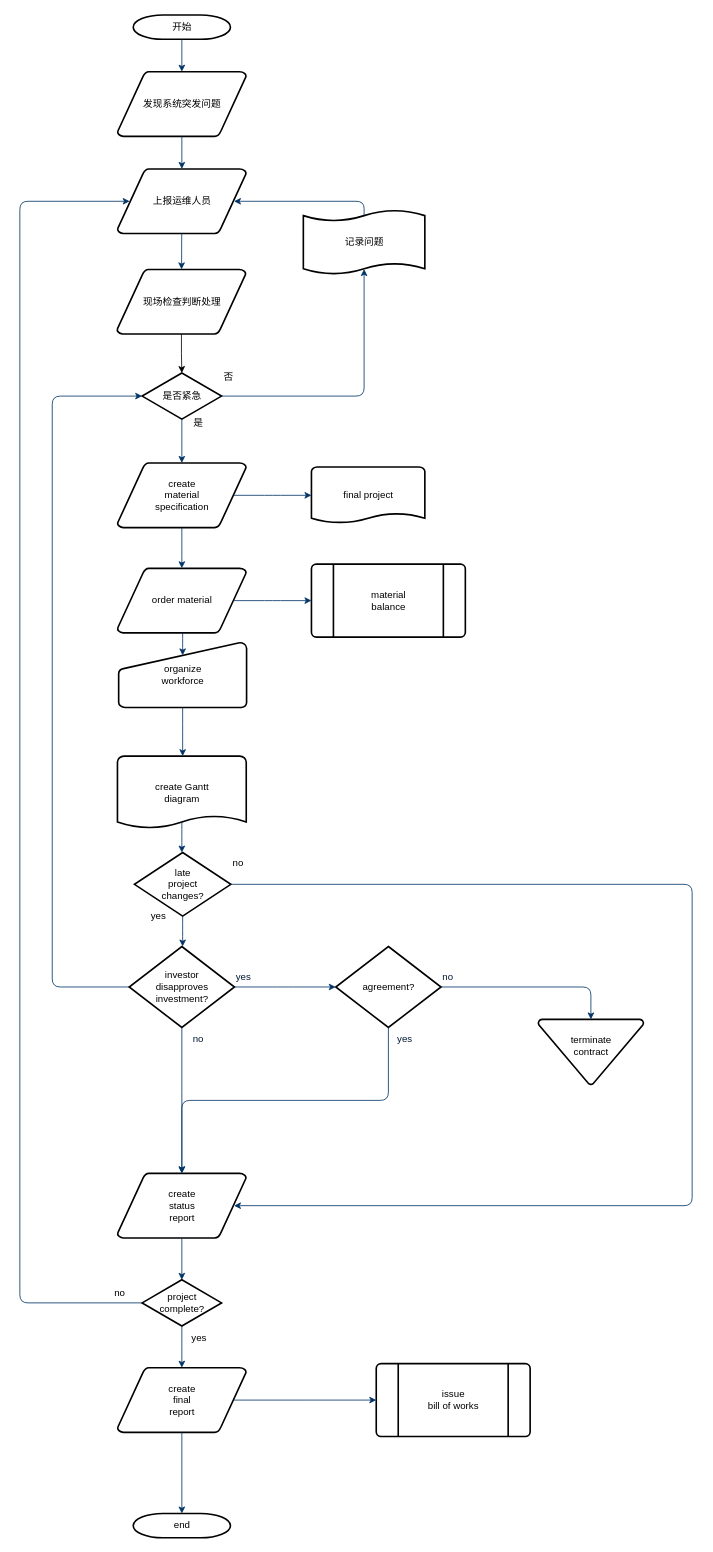
Before: 系统恢复方案-应急响应流程.drawio in DeanTuYu/DrawIo, a draw.io diagram. Source tidied: cells renumbered, new cells numbered last; positions are measured from the earlier drawing's top-left corner, leaving out a move shared by most shapes. Both pictures are drawn from the tidied source at 81%, with x=0, y=0 at pixel (19, 15).
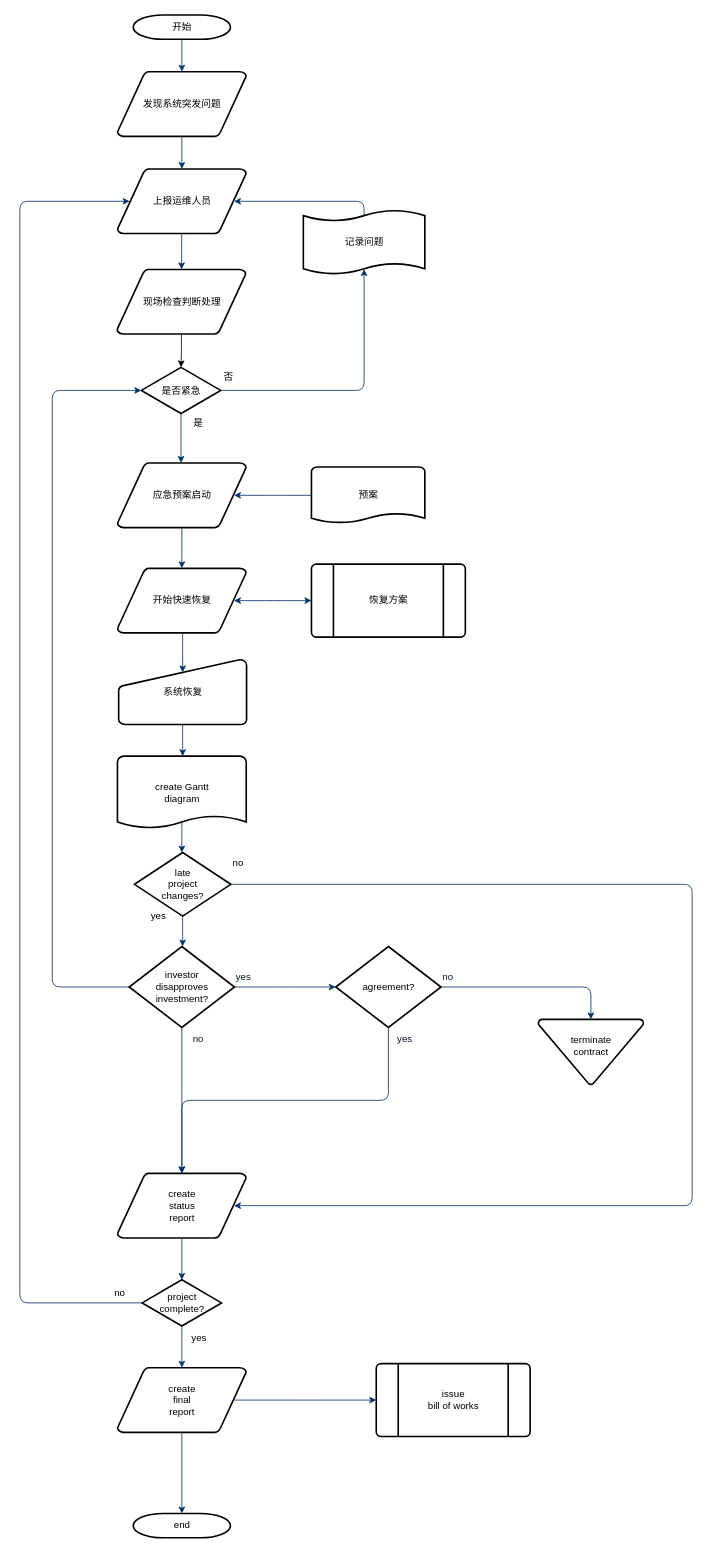
The same diagram, later.

Commit message (it also covers changes not shown here):
Update 系统恢复方案-应急响应流程.drawio

Diff of the diagram source:
```diff
@@
-    <mxCell id="4" value="create&#10;material&#10;specification" style="shape=mxgraph.flowchart.data;strokeWidth=2;gradientColor=none;gradientDirection=north;fontStyle=0;html=1;" parent="1" vertex="1">
+    <mxCell id="4" value="应急预案启动" style="shape=mxgraph.flowchart.data;strokeWidth=2;gradientColor=none;gradientDirection=north;fontStyle=0;html=1;" parent="1" vertex="1">
       <mxGeometry x="120.5" y="553" width="159" height="80" as="geometry" />
     </mxCell>
@@
     <mxCell id="6" value="是否紧急" style="shape=mxgraph.flowchart.decision;strokeWidth=2;gradientColor=none;gradientDirection=north;fontStyle=0;html=1;" parent="1" vertex="1">
-      <mxGeometry x="151" y="442" width="98" height="57" as="geometry" />
+      <mxGeometry x="150" y="435" width="98" height="57" as="geometry" />
     </mxCell>
@@
-    <mxCell id="13" value="order material" style="shape=mxgraph.flowchart.data;strokeWidth=2;gradientColor=none;gradientDirection=north;fontStyle=0;html=1;" parent="1" vertex="1">
+    <mxCell id="13" value="开始快速恢复" style="shape=mxgraph.flowchart.data;strokeWidth=2;gradientColor=none;gradientDirection=north;fontStyle=0;html=1;" parent="1" vertex="1">
       <mxGeometry x="120.5" y="683" width="159" height="80" as="geometry" />
     </mxCell>
@@
-    <mxCell id="15" value="final project" style="shape=mxgraph.flowchart.document;strokeWidth=2;gradientColor=none;gradientDirection=north;fontStyle=0;html=1;" parent="1" vertex="1">
+    <mxCell id="15" value="预案" style="shape=mxgraph.flowchart.document;strokeWidth=2;gradientColor=none;gradientDirection=north;fontStyle=0;html=1;" parent="1" vertex="1">
       <mxGeometry x="360" y="558" width="140" height="70" as="geometry" />
     </mxCell>
-    <mxCell id="16" style="edgeStyle=elbowEdgeStyle;elbow=horizontal;exitX=0.905;exitY=0.5;exitPerimeter=0;fontStyle=1;strokeColor=#003366;strokeWidth=1;html=1;" parent="1" edge="1" source="4" target="15">
+    <mxCell id="16" style="edgeStyle=elbowEdgeStyle;elbow=horizontal;exitX=0.905;exitY=0.5;exitPerimeter=0;fontStyle=1;strokeColor=#003366;strokeWidth=1;html=1;startArrow=classic;startFill=1;endArrow=none;endFill=0;" parent="1" edge="1" source="4" target="15">
       <mxGeometry y="103" as="geometry" />
     </mxCell>
@@
-    <mxCell id="18" value="material&#10;balance" style="shape=mxgraph.flowchart.predefined_process;strokeWidth=2;gradientColor=none;gradientDirection=north;fontStyle=0;html=1;" parent="1" vertex="1">
+    <mxCell id="18" value="恢复方案" style="shape=mxgraph.flowchart.predefined_process;strokeWidth=2;gradientColor=none;gradientDirection=north;fontStyle=0;html=1;" parent="1" vertex="1">
       <mxGeometry x="360" y="678" width="190" height="90" as="geometry" />
     </mxCell>
-    <mxCell id="19" style="edgeStyle=elbowEdgeStyle;elbow=horizontal;exitX=0.905;exitY=0.5;exitPerimeter=0;fontStyle=1;strokeColor=#003366;strokeWidth=1;html=1;" parent="1" edge="1" source="13" target="18">
+    <mxCell id="19" style="edgeStyle=elbowEdgeStyle;elbow=horizontal;exitX=0.905;exitY=0.5;exitPerimeter=0;fontStyle=1;strokeColor=#003366;strokeWidth=1;html=1;startArrow=classic;startFill=1;" parent="1" edge="1" source="13" target="18">
       <mxGeometry y="103" as="geometry" />
     </mxCell>
-    <mxCell id="20" value="organize &#10;workforce" style="shape=mxgraph.flowchart.manual_input;strokeWidth=2;gradientColor=none;gradientDirection=north;fontStyle=0;html=1;" parent="1" vertex="1">
-      <mxGeometry x="122" y="775" width="158" height="80" as="geometry" />
+    <mxCell id="20" value="系统恢复" style="shape=mxgraph.flowchart.manual_input;strokeWidth=2;gradientColor=none;gradientDirection=north;fontStyle=0;html=1;" parent="1" vertex="1">
+      <mxGeometry x="122" y="796" width="158" height="80" as="geometry" />
     </mxCell>
```
